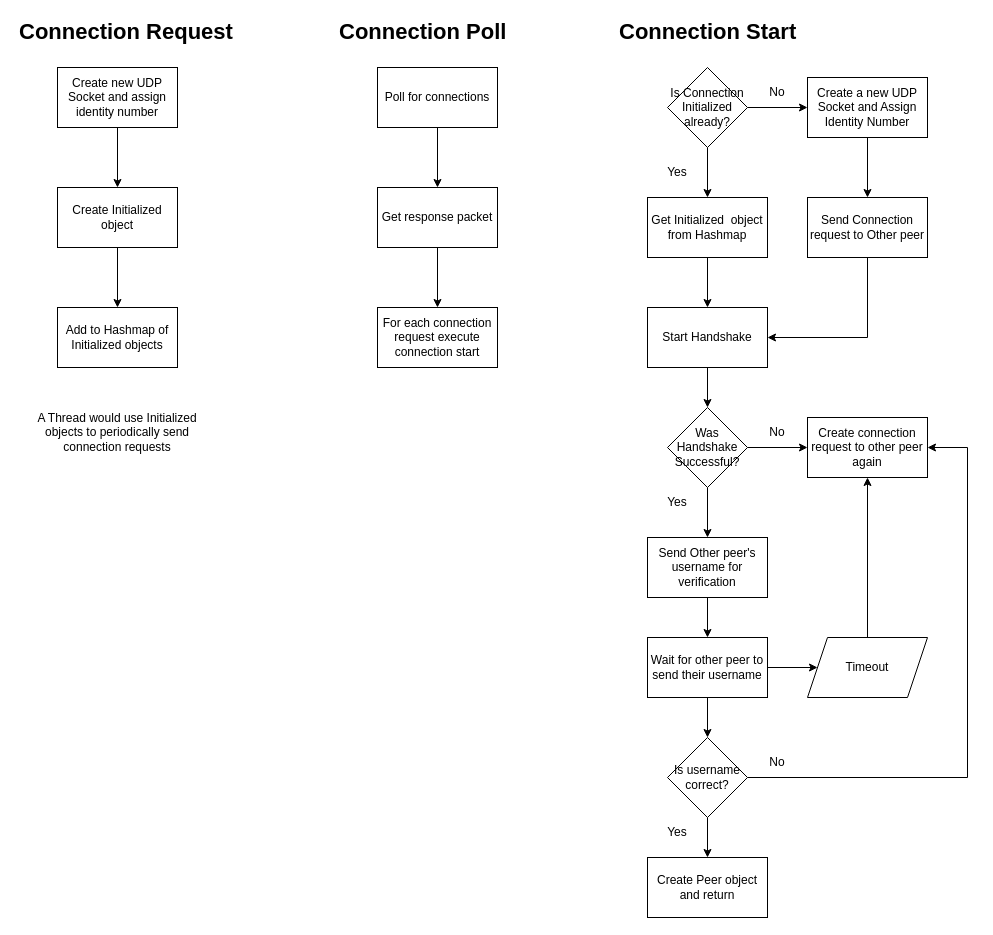
Prototype-Aether/Prototype-Aether keeps this draw.io diagram as page "Connection Algorithm" (2 of 2) of Tracker-Link.drawio. Above is the earlier version. Source tidied: cells renumbered, new cells numbered last; positions are measured from the earlier drawing's top-left corner, leaving out a move shared by most shapes. Both pictures are drawn from the tidied source at 100%, with x=0, y=0 at pixel (17, 17).
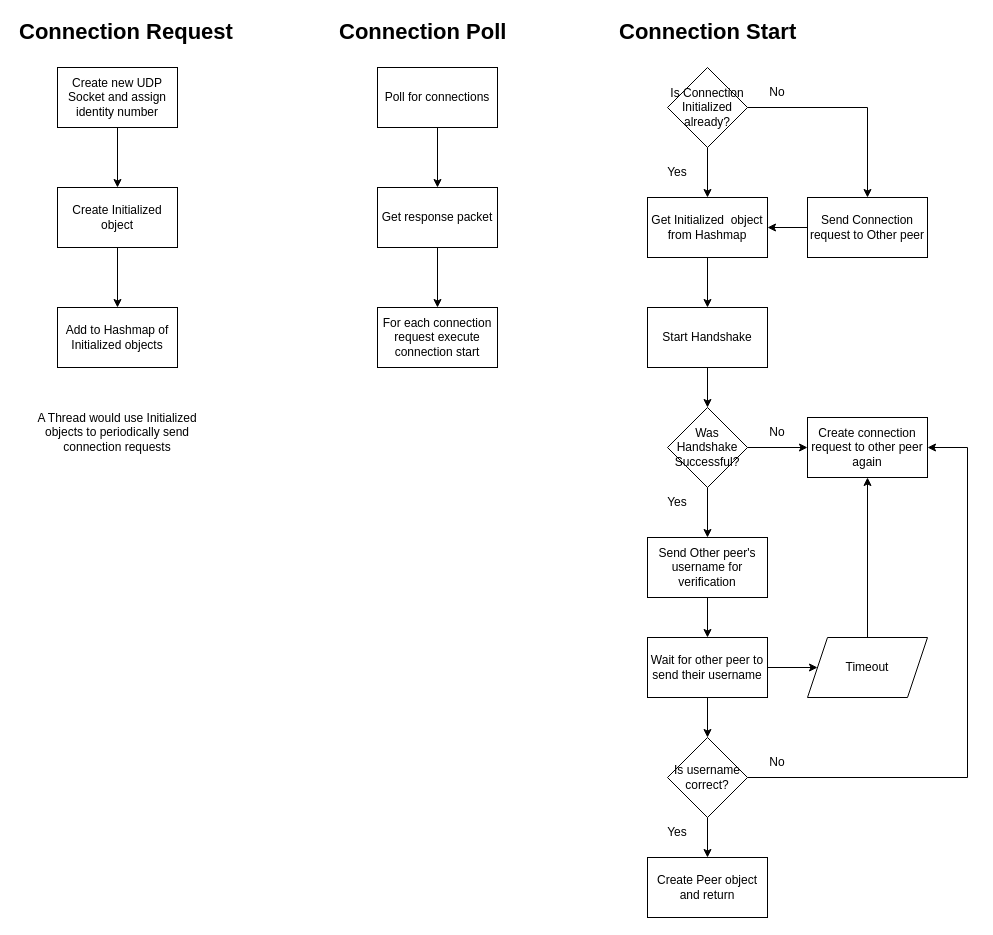
Above is the later version.

The change refers to these unchanged cells:
```xml
<mxCell id="18" value="Is Connection Initialized already?" style="rhombus;whiteSpace=wrap;html=1;fontSize=12;" parent="1" vertex="1">
  <mxGeometry x="650" y="50" width="80" height="80" as="geometry" />
</mxCell>
<mxCell id="20" value="Get Initialized&amp;nbsp; object from Hashmap" style="whiteSpace=wrap;html=1;" parent="1" vertex="1">
  <mxGeometry x="630" y="180" width="120" height="60" as="geometry" />
</mxCell>
<mxCell id="24" value="Send Connection request to Other peer" style="whiteSpace=wrap;html=1;" parent="1" vertex="1">
  <mxGeometry x="790" y="180" width="120" height="60" as="geometry" />
</mxCell>
<mxCell id="26" value="Start Handshake" style="whiteSpace=wrap;html=1;" parent="1" vertex="1">
  <mxGeometry x="630" y="290" width="120" height="60" as="geometry" />
</mxCell>
```

The edit, as a diff of the source:
```diff
@@
-    <mxCell id="17" style="edgeStyle=orthogonalEdgeStyle;rounded=0;jettySize=auto;html=1;fontSize=12;" parent="1" edge="1" source="18" target="22">
+    <mxCell id="17" style="edgeStyle=orthogonalEdgeStyle;rounded=0;jettySize=auto;html=1;fontSize=12;entryX=0.5;entryY=0;entryDx=0;entryDy=0;" parent="1" edge="1" source="18" target="24">
       <mxGeometry relative="1" as="geometry" />
     </mxCell>
@@
-    <mxCell id="21" style="edgeStyle=orthogonalEdgeStyle;rounded=0;jettySize=auto;html=1;fontSize=12;" parent="1" edge="1" source="22" target="24">
-      <mxGeometry relative="1" as="geometry" />
-    </mxCell>
-    <mxCell id="22" value="Create a new UDP Socket and Assign Identity Number" style="whiteSpace=wrap;html=1;" parent="1" vertex="1">
-      <mxGeometry x="790" y="60" width="120" height="60" as="geometry" />
-    </mxCell>
-    <mxCell id="23" style="edgeStyle=orthogonalEdgeStyle;rounded=0;jettySize=auto;html=1;entryX=1;entryY=0.5;entryDx=0;entryDy=0;fontSize=12;" parent="1" edge="1" source="24" target="26">
+    <mxCell id="23" style="edgeStyle=orthogonalEdgeStyle;rounded=0;jettySize=auto;html=1;entryX=1;entryY=0.5;entryDx=0;entryDy=0;fontSize=12;" parent="1" edge="1" source="24" target="20">
       <mxGeometry relative="1" as="geometry">
         <Array as="points">
-          <mxPoint x="850" y="320" />
+          <mxPoint x="790" y="210" />
+          <mxPoint x="790" y="210" />
         </Array>
       </mxGeometry>
     </mxCell>
```
